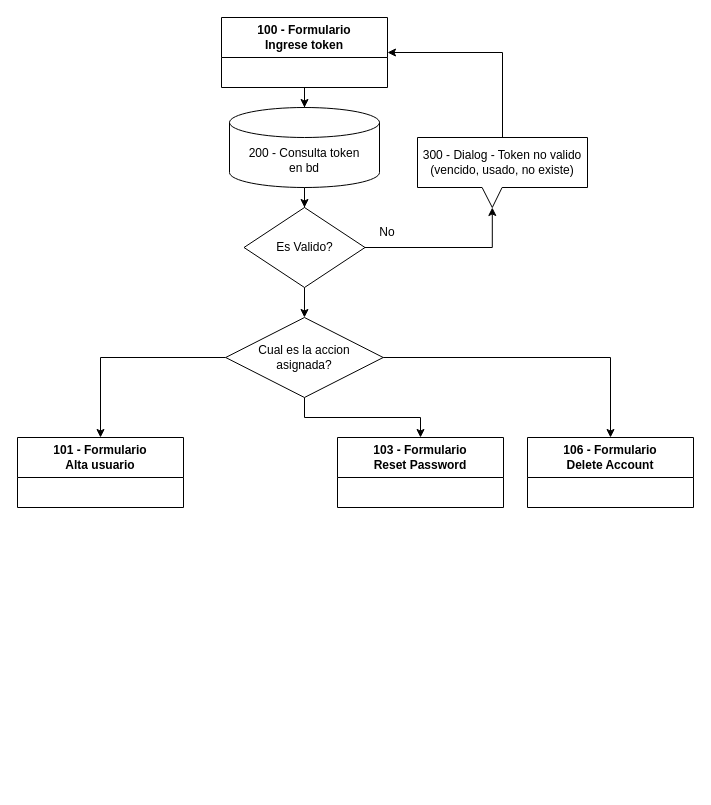
Earlier version of the draw.io diagram validaphp.drawio (MaxiFranz/TrayectoP). Source tidied: cells renumbered, new cells numbered last; positions are measured from the earlier drawing's top-left corner, leaving out a move shared by most shapes. Both pictures are drawn from the tidied source at 100%, with x=0, y=0 at pixel (17, 17).
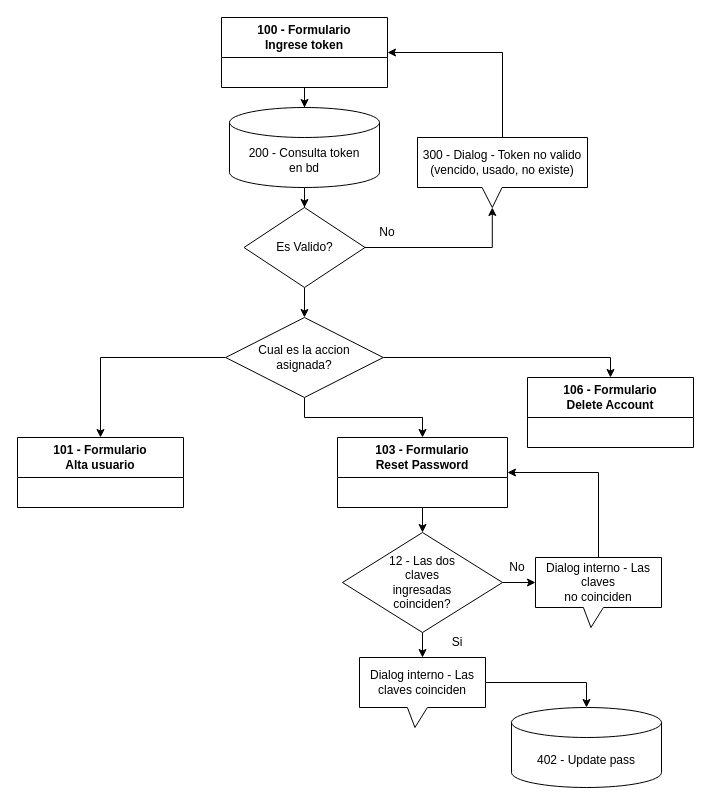
The same diagram, later.

The edit, as a diff of the source:
```diff
@@
+    <mxCell id="19" style="edgeStyle=orthogonalEdgeStyle;rounded=0;jettySize=auto;html=1;entryX=0.5;entryY=0;entryDx=0;entryDy=0;" parent="1" edge="1" source="17" target="23">
+      <mxGeometry relative="1" as="geometry" />
+    </mxCell>
     <mxCell id="17" value="103 - Formulario &lt;br&gt;Reset Password" style="swimlane;whiteSpace=wrap;html=1;startSize=40;" parent="1" vertex="1">
-      <mxGeometry x="320" y="420" width="166" height="70" as="geometry" />
+      <mxGeometry x="320" y="420" width="170" height="70" as="geometry" />
     </mxCell>
     <mxCell id="18" value="106 - Formulario &lt;br&gt;Delete Account" style="swimlane;whiteSpace=wrap;html=1;startSize=40;" parent="1" vertex="1">
-      <mxGeometry x="510" y="420" width="166" height="70" as="geometry" />
+      <mxGeometry x="510" y="360" width="166" height="70" as="geometry" />
     </mxCell>
+    <mxCell id="20" value="402 - Update pass" style="shape=cylinder3;whiteSpace=wrap;html=1;boundedLbl=1;backgroundOutline=1;size=15;" parent="1" vertex="1">
+      <mxGeometry x="494" y="690" width="150" height="80" as="geometry" />
+    </mxCell>
+    <mxCell id="21" style="edgeStyle=orthogonalEdgeStyle;rounded=0;jettySize=auto;html=1;entryX=1;entryY=0.5;entryDx=0;entryDy=0;exitX=0.5;exitY=0;exitDx=0;exitDy=0;exitPerimeter=0;" parent="1" edge="1" source="22" target="17">
+      <mxGeometry relative="1" as="geometry" />
+    </mxCell>
+    <mxCell id="22" value="Dialog interno - Las claves&lt;br&gt;no coinciden" style="shape=callout;whiteSpace=wrap;html=1;perimeter=calloutPerimeter;position2=0.44;size=20;position=0.38;" parent="1" vertex="1">
+      <mxGeometry x="518" y="540" width="126" height="70" as="geometry" />
+    </mxCell>
+    <mxCell id="23" value="12 - Las dos &lt;br&gt;claves&lt;br&gt;ingresadas&lt;br&gt;coinciden?" style="rhombus;whiteSpace=wrap;html=1;" parent="1" vertex="1">
+      <mxGeometry x="325" y="515" width="160" height="100" as="geometry" />
+    </mxCell>
+    <mxCell id="24" style="edgeStyle=orthogonalEdgeStyle;rounded=0;jettySize=auto;html=1;entryX=0;entryY=0;entryDx=0;entryDy=25;entryPerimeter=0;" parent="1" edge="1" source="23" target="22">
+      <mxGeometry relative="1" as="geometry" />
+    </mxCell>
+    <mxCell id="25" value="Dialog interno - Las claves coinciden" style="shape=callout;whiteSpace=wrap;html=1;perimeter=calloutPerimeter;position2=0.44;size=20;position=0.38;" parent="1" vertex="1">
+      <mxGeometry x="342" y="640" width="126" height="70" as="geometry" />
+    </mxCell>
+    <mxCell id="26" value="No" style="text;html=1;strokeColor=none;fillColor=none;align=center;verticalAlign=middle;whiteSpace=wrap;rounded=0;" parent="1" vertex="1">
+      <mxGeometry x="470" y="535" width="60" height="30" as="geometry" />
+    </mxCell>
+    <mxCell id="27" style="edgeStyle=orthogonalEdgeStyle;rounded=0;jettySize=auto;html=1;entryX=0.5;entryY=0;entryDx=0;entryDy=0;entryPerimeter=0;" parent="1" edge="1" source="23" target="25">
+      <mxGeometry relative="1" as="geometry" />
+    </mxCell>
+    <mxCell id="28" style="edgeStyle=orthogonalEdgeStyle;rounded=0;jettySize=auto;html=1;entryX=0.5;entryY=0;entryDx=0;entryDy=0;entryPerimeter=0;exitX=0;exitY=0;exitDx=126;exitDy=25;exitPerimeter=0;" parent="1" edge="1" source="25" target="20">
+      <mxGeometry relative="1" as="geometry" />
+    </mxCell>
+    <mxCell id="29" value="Si" style="text;html=1;strokeColor=none;fillColor=none;align=center;verticalAlign=middle;whiteSpace=wrap;rounded=0;" parent="1" vertex="1">
+      <mxGeometry x="410" y="610" width="60" height="30" as="geometry" />
+    </mxCell>
```
